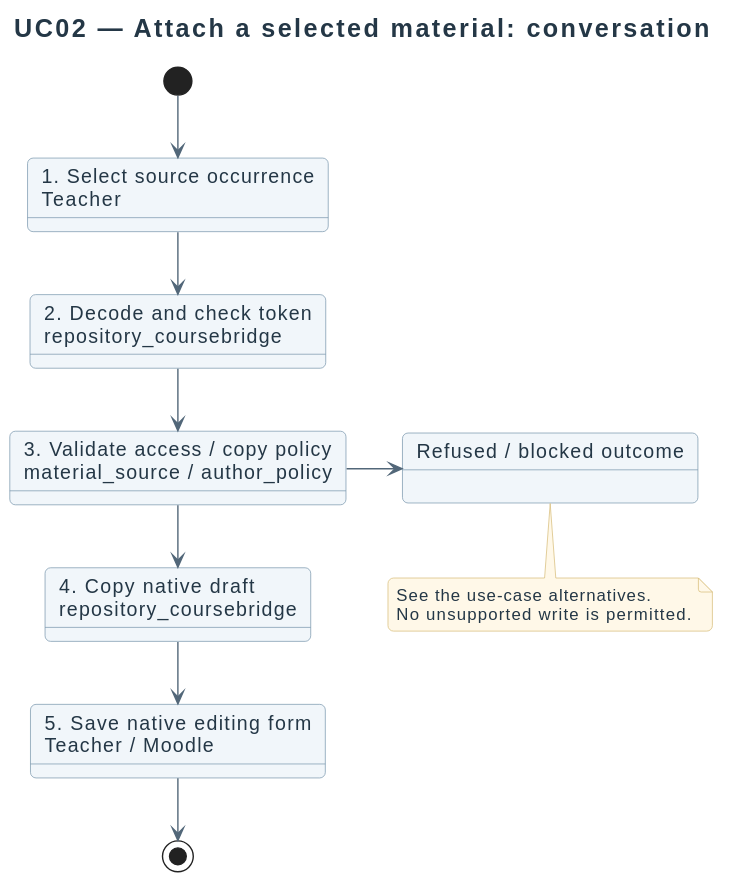
Above: docs/diagrams/requirements/use-case-details/uc02-attach-material.svg in didactika/moodle-local_coursefiles (PlantUML), before the change.
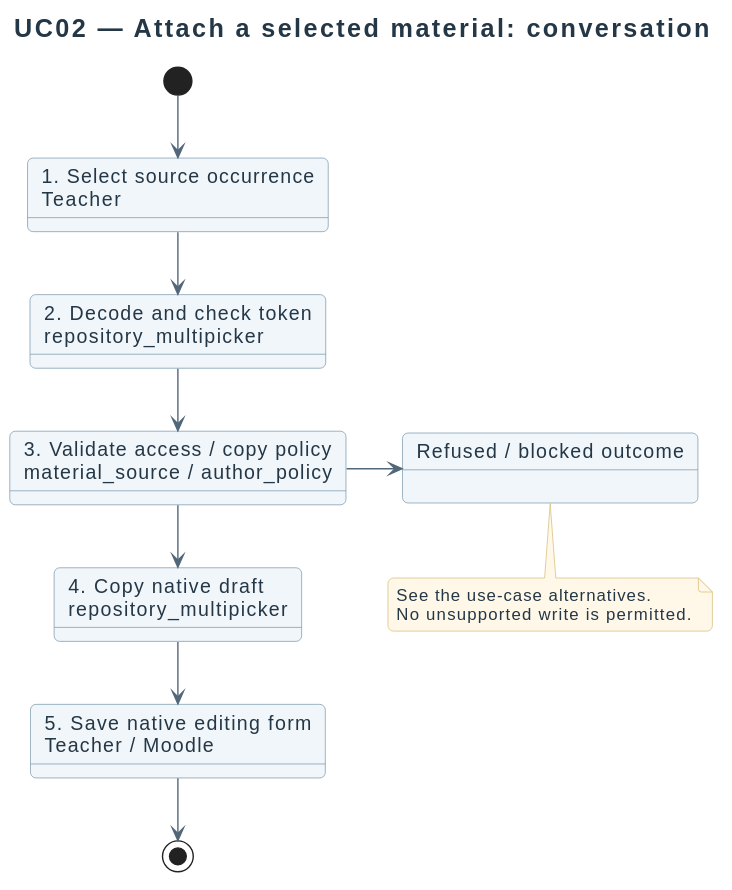
Later version of the same file.

Diff of the diagram source:
```diff
@@ -3,9 +3,9 @@
 title UC02 — Attach a selected material: conversation
 top to bottom direction
 state "1. Select source occurrence\nTeacher" as S1
-state "2. Decode and check token\nrepository_coursebridge" as S2
+state "2. Decode and check token\nrepository_multipicker" as S2
 state "3. Validate access / copy policy\nmaterial_source / author_policy" as S3
-state "4. Copy native draft\nrepository_coursebridge" as S4
+state "4. Copy native draft\nrepository_multipicker" as S4
 state "5. Save native editing form\nTeacher / Moodle" as S5
 state "Refused / blocked outcome" as Refused
 [*] --> S1
```
